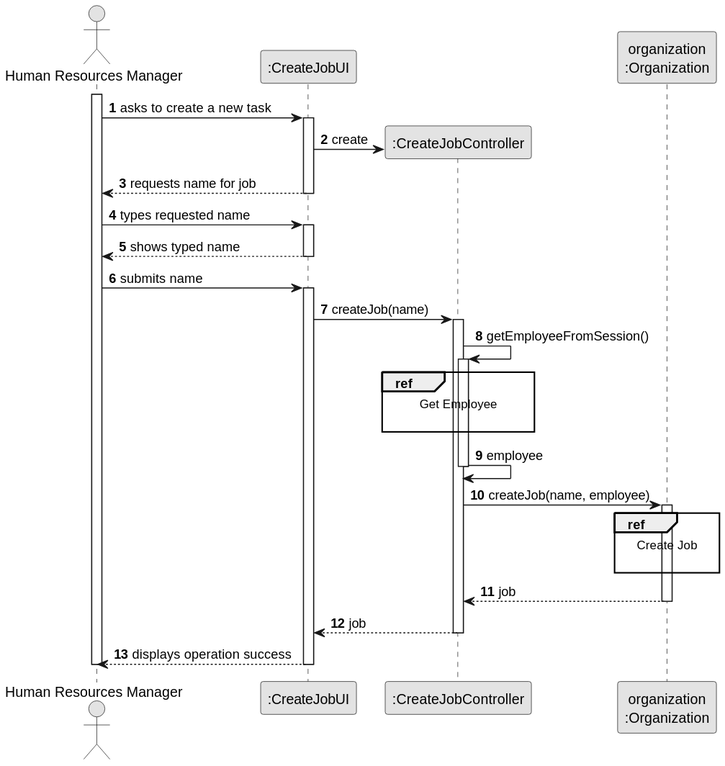
Above: docs/sprint2/us002/03.design/svg/us002-sequence-diagram-full.svg in tiagosoa/lei-24-s2-1dgh-g073 (PlantUML), before the change.
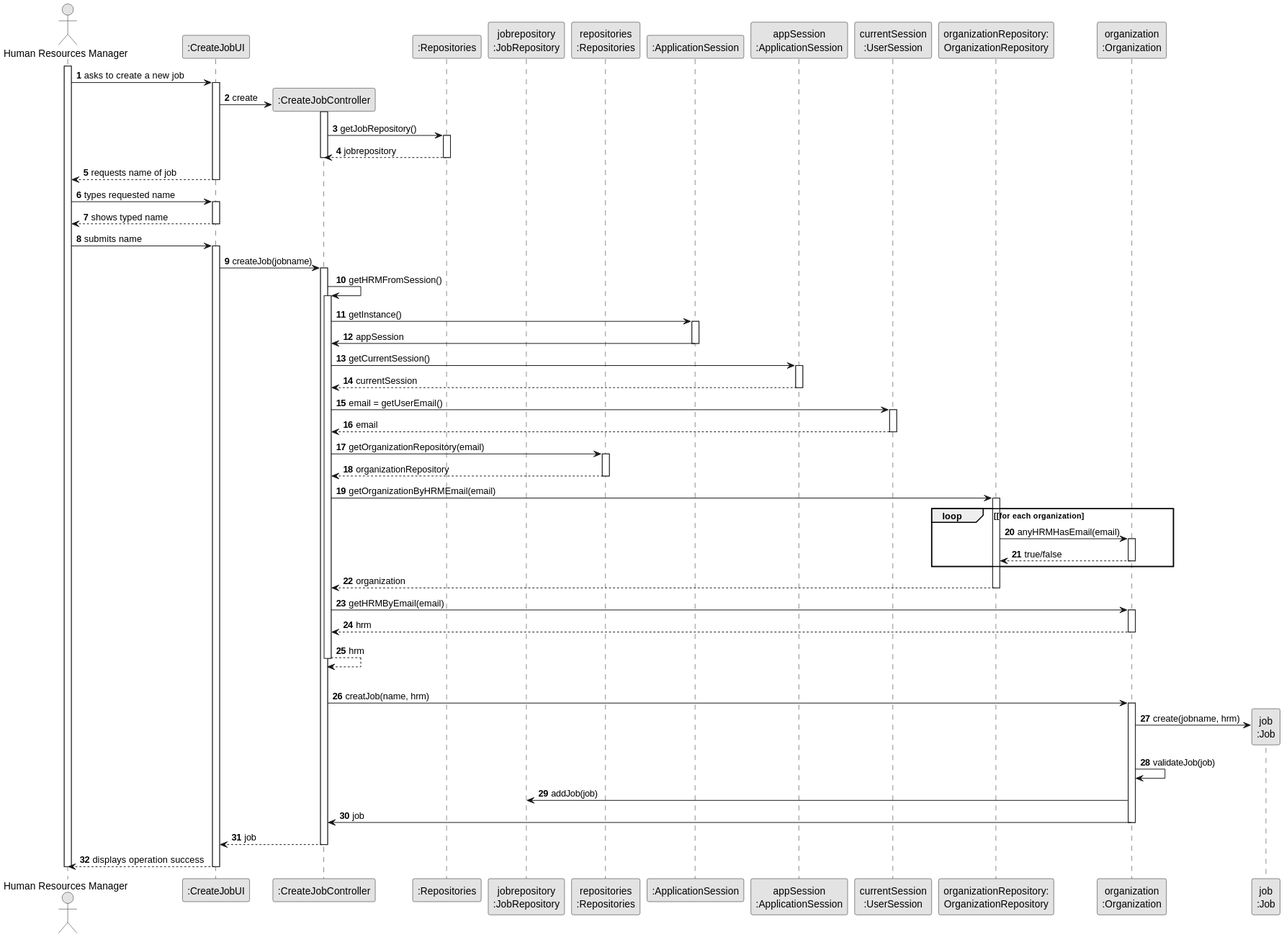
After the change.

Change to the diagram source:
```diff
@@ -8,17 +8,33 @@
 actor "Human Resources Manager" as ADM
 participant ":CreateJobUI" as UI
 participant ":CreateJobController" as CTRL
+participant ":Repositories" as RepositorySingleton
+participant "jobrepository\n:JobRepository" as JR
+participant "repositories\n:Repositories" as PLAT
+participant ":ApplicationSession" as _APP
+participant "appSession\n:ApplicationSession" as APP
+participant "currentSession\n:UserSession" as SESSAO
+participant "organizationRepository:\nOrganizationRepository" as OrganizationRepository
 participant "organization\n:Organization" as ORG
+participant "job\n:Job" as TAREFA
 
 activate ADM
 
-    ADM -> UI : asks to create a new task
+        ADM -> UI : asks to create a new job
 
-    activate UI
+        activate UI
 
-        UI -> CTRL** : create
+            UI -> CTRL** : create
+            activate CTRL
 
-        UI --> ADM : requests name for job
+                CTRL -> RepositorySingleton : getJobRepository()
+                activate RepositorySingleton
+
+                    RepositorySingleton --> CTRL: jobrepository
+                deactivate RepositorySingleton
+                deactivate CTRL
+
+        UI --> ADM : requests name of job
     deactivate UI
 
     ADM -> UI : types requested name
@@ -30,29 +46,68 @@
     ADM -> UI : submits name
     activate UI
 
-        UI -> CTRL : createJob(name)
-        activate CTRL
+    UI -> CTRL : createJob(jobname)
+    activate CTRL
 
-            CTRL -> CTRL : getEmployeeFromSession()
+            CTRL -> CTRL : getHRMFromSession()
             activate CTRL
+                CTRL -> _APP: getInstance()
+                activate _APP
+                    _APP -> CTRL: appSession
+                deactivate _APP
 
-                ref over CTRL
-                    Get Employee
 
-                end ref
-                CTRL -> CTRL : employee
+                CTRL -> APP: getCurrentSession()
+                activate APP
+
+                    APP --> CTRL: currentSession
+                deactivate APP
+
+                CTRL -> SESSAO: email = getUserEmail()
+                activate SESSAO
+
+                    SESSAO --> CTRL: email
+                deactivate SESSAO
+
+
+                CTRL -> PLAT: getOrganizationRepository(email)
+                activate PLAT
+
+                    PLAT --> CTRL: organizationRepository
+                deactivate PLAT
+
+
+                CTRL -> OrganizationRepository: getOrganizationByHRMEmail(email)
+                activate OrganizationRepository
+
+                    loop [for each organization
+                        OrganizationRepository -> ORG : anyHRMHasEmail(email)
+                        activate ORG
+
+                             ORG --> OrganizationRepository : true/false
+                        deactivate ORG
+                    end
+                    OrganizationRepository --> CTRL : organization
+                deactivate OrganizationRepository
+
+                CTRL -> ORG: getHRMByEmail(email)
+                activate ORG
+
+                    ORG --> CTRL : hrm
+                deactivate ORG
+
+                CTRL --> CTRL : hrm
             deactivate CTRL
 
-            CTRL -> ORG: createJob(name, employee)
+            |||
+            CTRL -> ORG: creatJob(name, hrm)
             activate ORG
 
-                ref over ORG
-                    Create Job
-
-                end
-
-                ORG --> CTRL : job
-            deactivate ORG
+                ORG -> TAREFA**: create(jobname, hrm)
+                ORG -> ORG: validateJob(job)
+                ORG -> JR: addJob(job)
+                ORG -> CTRL: job
+deactivate ORG
 
             CTRL --> UI: job
             deactivate CTRL
```
